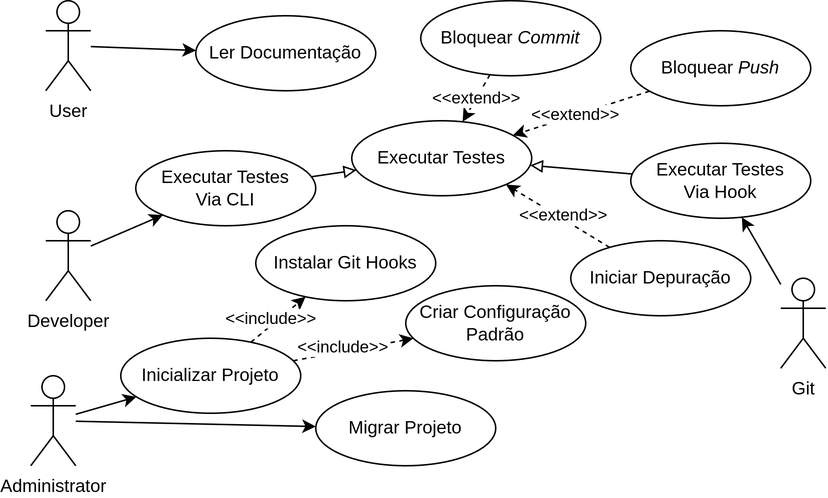
Before: Artefatos/diagramas/casos_de_uso.png, a diagram exported from draw.io (h3nc4/tmp). Source tidied: cells renumbered, new cells last; positions are measured from the earlier drawing's top-left corner, leaving out a move shared by most shapes.
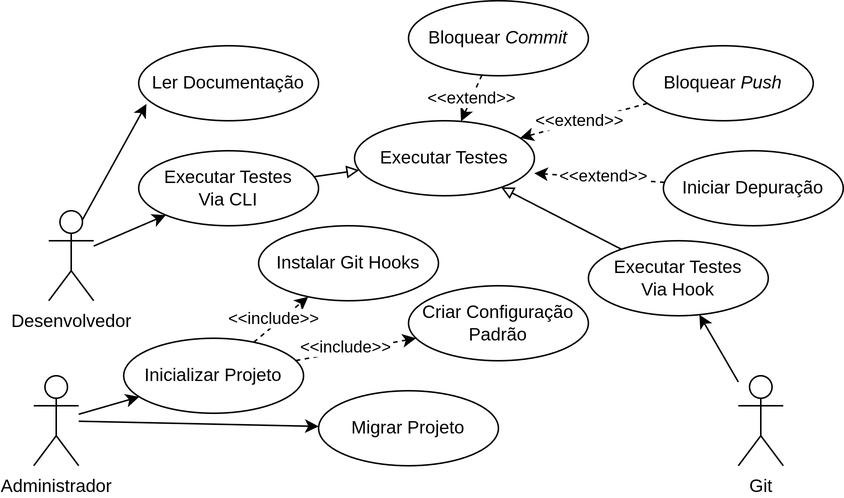
After the change.

Change to the diagram source:
```diff
@@ -2,32 +2,26 @@
   <root>
     <mxCell id="0" />
     <mxCell id="1" parent="0" />
-    <mxCell id="2" style="rounded=0;jettySize=auto;html=1;" parent="1" edge="1" source="3" target="10">
-      <mxGeometry relative="1" as="geometry" />
-    </mxCell>
-    <mxCell id="3" value="User" style="shape=umlActor;verticalLabelPosition=bottom;verticalAlign=top;html=1;outlineConnect=0;fillColor=light-dark(#FFFFFF,#E8E4F4);" parent="1" vertex="1">
-      <mxGeometry x="10" width="30" height="60" as="geometry" />
-    </mxCell>
     <mxCell id="4" style="rounded=0;jettySize=auto;html=1;" parent="1" edge="1" source="5" target="15">
       <mxGeometry relative="1" as="geometry" />
     </mxCell>
-    <mxCell id="5" value="Developer" style="shape=umlActor;verticalLabelPosition=bottom;verticalAlign=top;html=1;outlineConnect=0;fillColor=light-dark(#FFFFFF,#E8E4F4);" parent="1" vertex="1">
+    <mxCell id="5" value="Desenvolvedor" style="shape=umlActor;verticalLabelPosition=bottom;verticalAlign=top;html=1;outlineConnect=0;fillColor=light-dark(#FFFFFF,#E8E4F4);" parent="1" vertex="1">
       <mxGeometry x="10" y="140" width="30" height="60" as="geometry" />
     </mxCell>
     <mxCell id="6" style="rounded=0;jettySize=auto;html=1;" parent="1" edge="1" source="7" target="22">
       <mxGeometry relative="1" as="geometry" />
     </mxCell>
-    <mxCell id="7" value="Administrator" style="shape=umlActor;verticalLabelPosition=bottom;verticalAlign=top;html=1;outlineConnect=0;fillColor=light-dark(#FFFFFF,#E8E4F4);" parent="1" vertex="1">
+    <mxCell id="7" value="Administrador" style="shape=umlActor;verticalLabelPosition=bottom;verticalAlign=top;html=1;outlineConnect=0;fillColor=light-dark(#FFFFFF,#E8E4F4);" parent="1" vertex="1">
       <mxGeometry y="250" width="30" height="60" as="geometry" />
     </mxCell>
     <mxCell id="8" style="rounded=0;jettySize=auto;html=1;" parent="1" edge="1" source="9" target="27">
       <mxGeometry relative="1" as="geometry" />
     </mxCell>
     <mxCell id="9" value="Git" style="shape=umlActor;verticalLabelPosition=bottom;verticalAlign=top;html=1;outlineConnect=0;fillColor=light-dark(#FFFFFF,#E8E4F4);" parent="1" vertex="1">
-      <mxGeometry x="500" y="185" width="30" height="60" as="geometry" />
+      <mxGeometry x="470" y="250" width="30" height="60" as="geometry" />
     </mxCell>
     <mxCell id="10" value="&lt;font style=&quot;color: light-dark(rgb(0, 0, 0), rgb(0, 0, 0));&quot;&gt;Ler Documentação&lt;/font&gt;" style="ellipse;whiteSpace=wrap;html=1;fillColor=light-dark(#FFFFFF,#E8E4F4);" parent="1" vertex="1">
-      <mxGeometry x="110" y="10" width="120" height="50" as="geometry" />
+      <mxGeometry x="70" y="30" width="120" height="50" as="geometry" />
     </mxCell>
     <mxCell id="11" style="rounded=0;jettySize=auto;html=1;dashed=1;" parent="1" edge="1" source="13" target="16">
       <mxGeometry relative="1" as="geometry" />
@@ -36,7 +30,7 @@
       <mxGeometry x="-0.01" relative="1" as="geometry" />
     </mxCell>
     <mxCell id="13" value="&lt;font style=&quot;color: light-dark(rgb(0, 0, 0), rgb(0, 0, 0));&quot;&gt;Bloquear &lt;i&gt;Commit&lt;/i&gt;&lt;/font&gt;" style="ellipse;whiteSpace=wrap;html=1;fillColor=light-dark(#FFFFFF,#E8E4F4);" parent="1" vertex="1">
-      <mxGeometry x="260" width="120" height="50" as="geometry" />
+      <mxGeometry x="250" width="120" height="50" as="geometry" />
     </mxCell>
     <mxCell id="14" style="rounded=0;jettySize=auto;html=1;endArrow=block;endFill=0;" parent="1" edge="1" source="15" target="16">
       <mxGeometry relative="1" as="geometry" />
@@ -72,22 +66,22 @@
       <mxGeometry x="0.09" y="-1" relative="1" as="geometry" />
     </mxCell>
     <mxCell id="25" value="&lt;font style=&quot;color: light-dark(rgb(0, 0, 0), rgb(0, 0, 0));&quot;&gt;Bloquear &lt;i&gt;Push&lt;/i&gt;&lt;/font&gt;" style="ellipse;whiteSpace=wrap;html=1;fillColor=light-dark(#FFFFFF,#E8E4F4);" parent="1" vertex="1">
-      <mxGeometry x="400" y="20" width="120" height="50" as="geometry" />
+      <mxGeometry x="400" y="30" width="120" height="50" as="geometry" />
     </mxCell>
     <mxCell id="26" style="rounded=0;jettySize=auto;html=1;endArrow=block;endFill=0;" parent="1" edge="1" source="27" target="16">
       <mxGeometry relative="1" as="geometry" />
     </mxCell>
     <mxCell id="27" value="&lt;font&gt;Executar Testes&lt;/font&gt;&lt;div&gt;&lt;font&gt;Via Hook&lt;/font&gt;&lt;/div&gt;" style="ellipse;whiteSpace=wrap;html=1;fillColor=light-dark(#FFFFFF,#E8E4F4);fontColor=light-dark(#000000,#000000);" parent="1" vertex="1">
-      <mxGeometry x="400" y="95" width="120" height="50" as="geometry" />
+      <mxGeometry x="370" y="160" width="120" height="50" as="geometry" />
     </mxCell>
-    <mxCell id="28" style="rounded=0;jettySize=auto;html=1;entryX=1;entryY=1;entryDx=0;entryDy=0;dashed=1;" parent="1" edge="1" source="30" target="16">
+    <mxCell id="28" style="rounded=0;jettySize=auto;html=1;entryX=0.999;entryY=0.7;entryDx=0;entryDy=0;dashed=1;entryPerimeter=0;" parent="1" edge="1" source="30" target="16">
       <mxGeometry relative="1" as="geometry" />
     </mxCell>
     <mxCell id="29" value="&amp;lt;&amp;lt;extend&amp;gt;&amp;gt;" style="edgeLabel;html=1;align=center;verticalAlign=middle;" parent="28" vertex="1">
       <mxGeometry x="-0.06" y="-2" relative="1" as="geometry" />
     </mxCell>
     <mxCell id="30" value="&lt;font&gt;Iniciar Depuração&lt;/font&gt;" style="ellipse;whiteSpace=wrap;html=1;fillColor=light-dark(#FFFFFF,#E8E4F4);fontColor=light-dark(#000000,#000000);" parent="1" vertex="1">
-      <mxGeometry x="360" y="160" width="120" height="50" as="geometry" />
+      <mxGeometry x="420" y="100" width="120" height="50" as="geometry" />
     </mxCell>
     <mxCell id="31" value="&lt;font&gt;Criar Configuração&lt;/font&gt;&lt;div&gt;&lt;font&gt;Padrão&lt;/font&gt;&lt;/div&gt;" style="ellipse;whiteSpace=wrap;html=1;fillColor=light-dark(#FFFFFF,#E8E4F4);fontColor=light-dark(#000000,#000000);" parent="1" vertex="1">
       <mxGeometry x="250" y="190" width="120" height="50" as="geometry" />
@@ -98,5 +92,8 @@
     <mxCell id="33" style="rounded=0;jettySize=auto;html=1;" parent="1" edge="1" source="7" target="32">
       <mxGeometry relative="1" as="geometry" />
     </mxCell>
+    <mxCell id="34" style="rounded=0;jettySize=auto;html=1;entryX=0.043;entryY=0.776;entryDx=0;entryDy=0;entryPerimeter=0;exitX=0.75;exitY=0.1;exitDx=0;exitDy=0;exitPerimeter=0;" parent="1" edge="1" source="5" target="10">
+      <mxGeometry relative="1" as="geometry" />
+    </mxCell>
   </root>
 </mxGraphModel>
```
